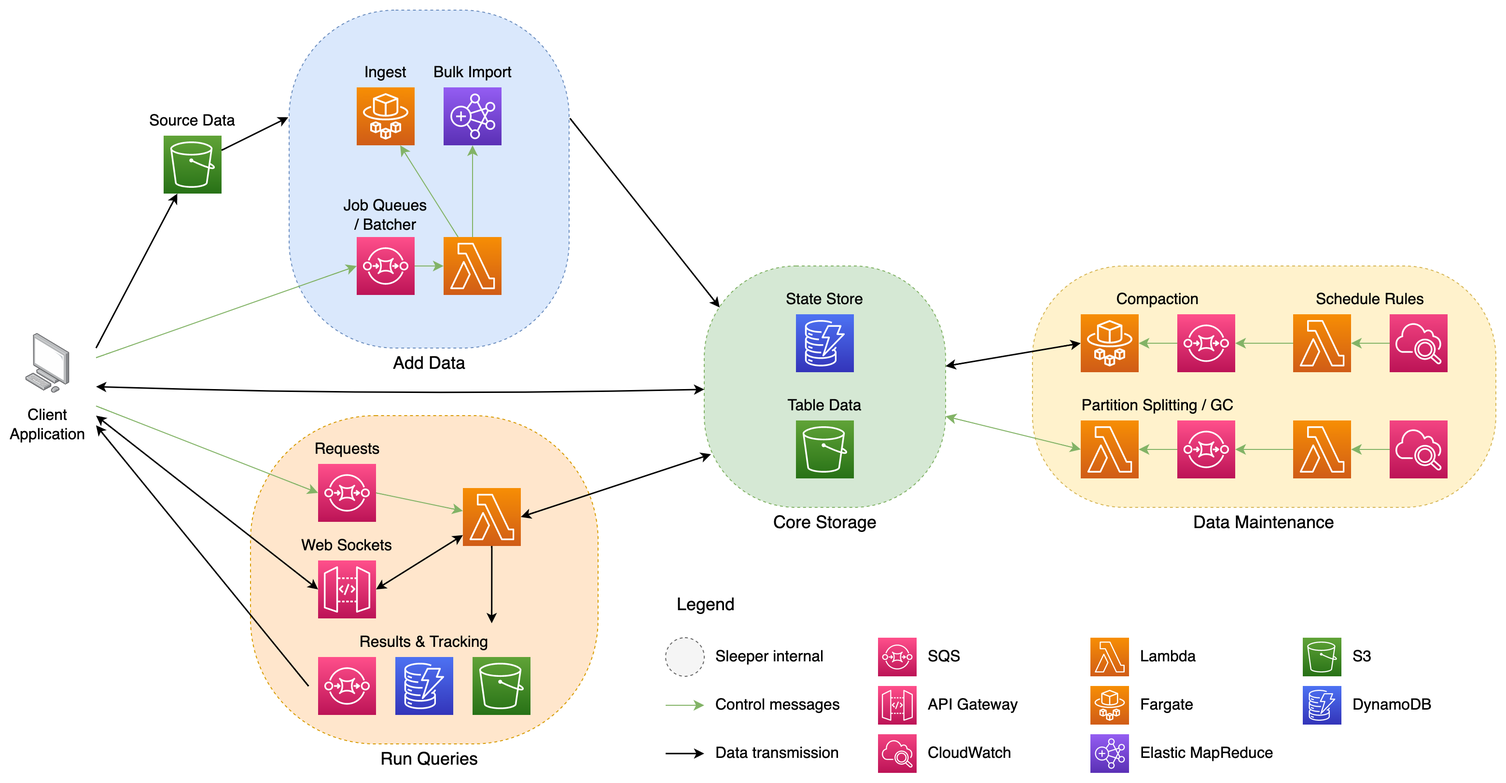
Earlier version of the draw.io export docs/diagrams/high-level-design.png (gchq/sleeper). Source tidied: cells renumbered, new cells last; positions are measured from the earlier drawing's top-left corner, leaving out a move shared by most shapes.
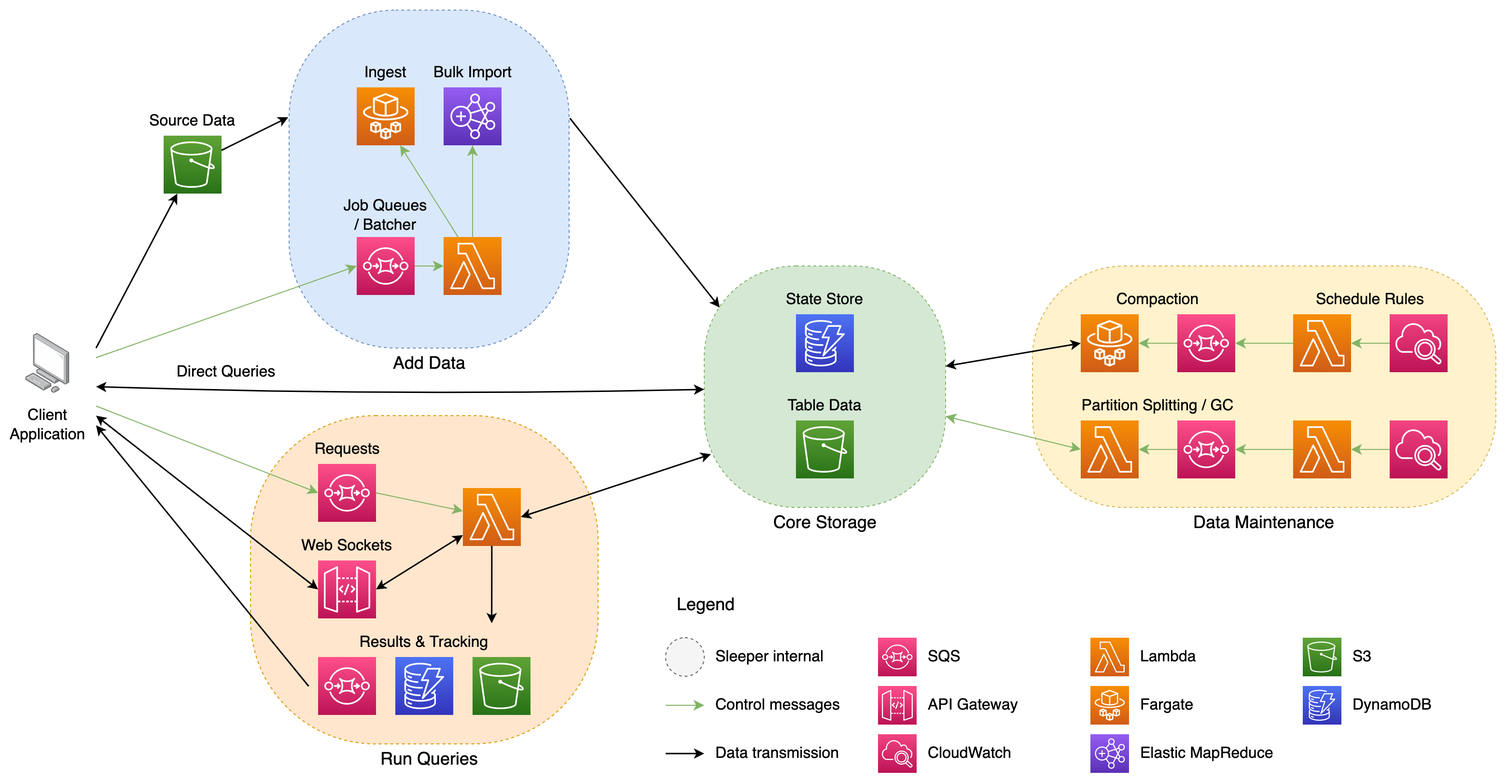
The same diagram one commit later.

Commit message:
Label line from client to core

What changed in the source:
```diff
@@ -297,5 +297,8 @@
     <mxCell id="91" style="edgeStyle=none;curved=1;rounded=0;jettySize=auto;html=1;fontSize=12;startSize=8;endSize=8;fillColor=#d5e8d4;strokeColor=#82b366;exitX=0.25;exitY=0;exitDx=0;exitDy=0;exitPerimeter=0;entryX=0.75;entryY=1;entryDx=0;entryDy=0;entryPerimeter=0;" parent="1" edge="1" source="12" target="89">
       <mxGeometry relative="1" as="geometry" />
     </mxCell>
+    <mxCell id="92" value="Direct Queries" style="text;html=1;strokeColor=none;fillColor=none;align=center;verticalAlign=middle;whiteSpace=wrap;rounded=0;fontSize=16;" parent="1" vertex="1">
+      <mxGeometry x="150" y="360" width="130" height="30" as="geometry" />
+    </mxCell>
   </root>
 </mxGraphModel>
```
